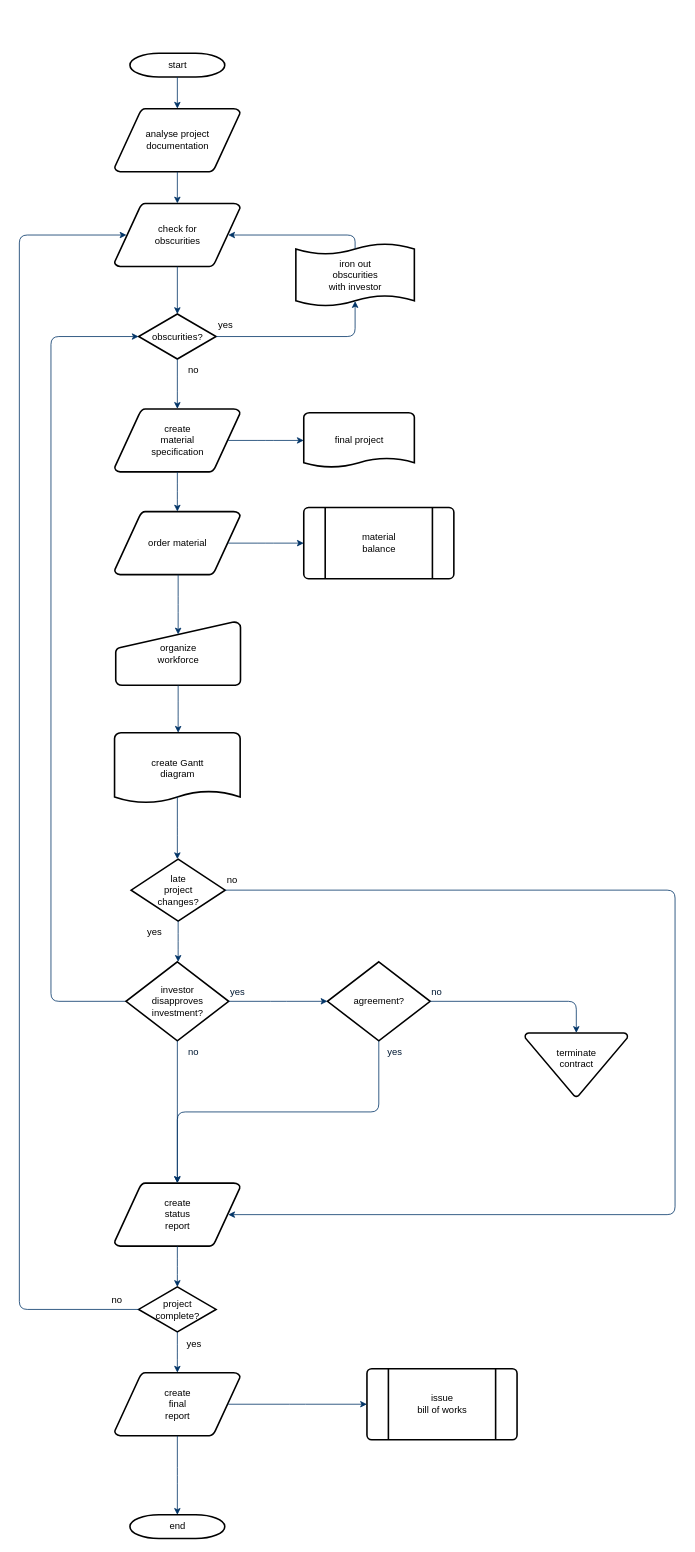
This is AD_Flowchart.drawio from jaden7856/AD_Target_Architecture, a draw.io file, before an edit. Source tidied: cells renumbered, new cells numbered last; positions are measured from the earlier drawing's top-left corner, leaving out a move shared by most shapes. Both pictures are drawn from the tidied source at 79%, with x=0, y=0 at pixel (19, 53).
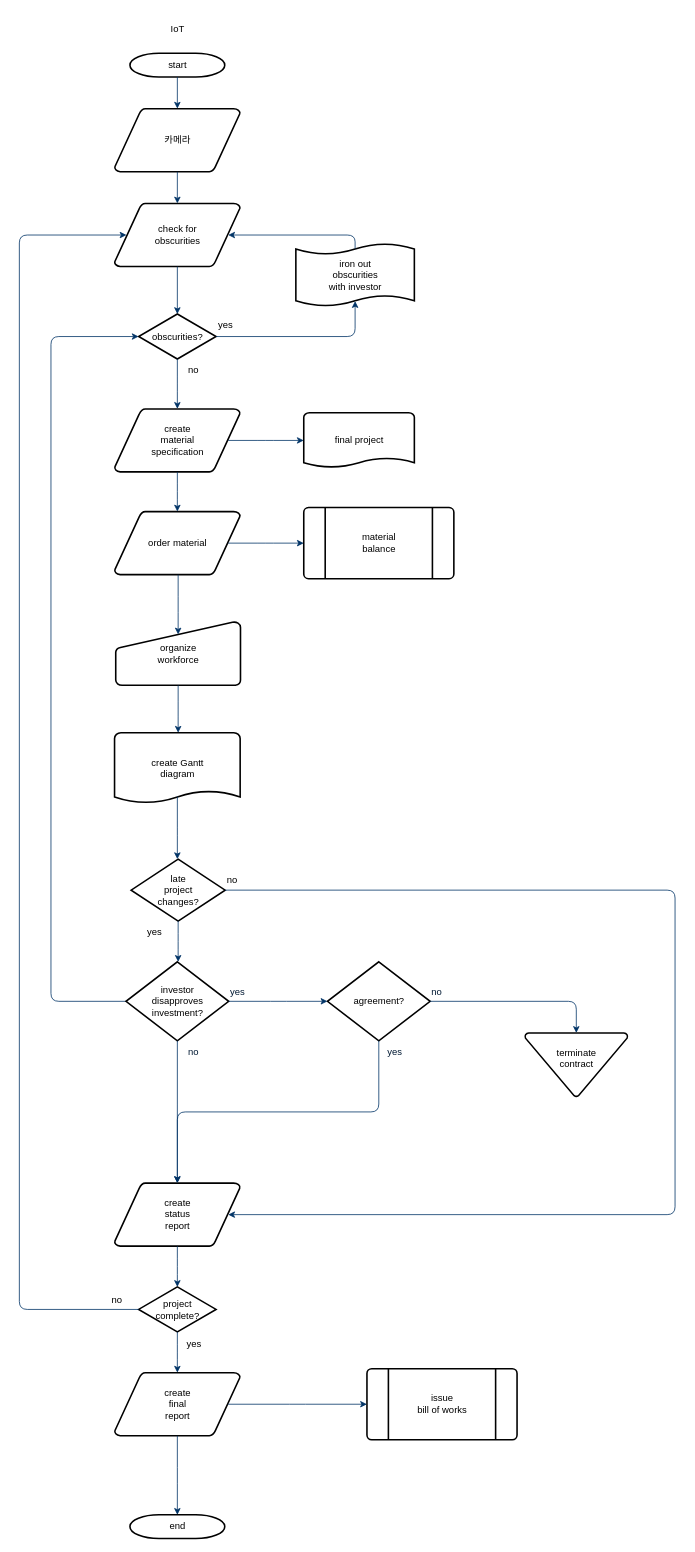
After the change.

What changed in the source:
```diff
@@
-    <mxCell id="3" value="analyse project&#10; documentation" style="shape=mxgraph.flowchart.data;strokeWidth=2;gradientColor=none;gradientDirection=north;fontStyle=0;html=1;" parent="1" vertex="1">
+    <mxCell id="3" value="카메라" style="shape=mxgraph.flowchart.data;strokeWidth=2;gradientColor=none;gradientDirection=north;fontStyle=0;html=1;" parent="1" vertex="1">
       <mxGeometry x="120.5" y="70" width="159" height="80" as="geometry" />
     </mxCell>
@@
+    <mxCell id="56" value="IoT" style="text;html=1;strokeColor=none;fillColor=none;align=center;verticalAlign=middle;whiteSpace=wrap;rounded=0;" parent="1" vertex="1">
+      <mxGeometry x="161" y="-50" width="79" height="40" as="geometry" />
+    </mxCell>
```
